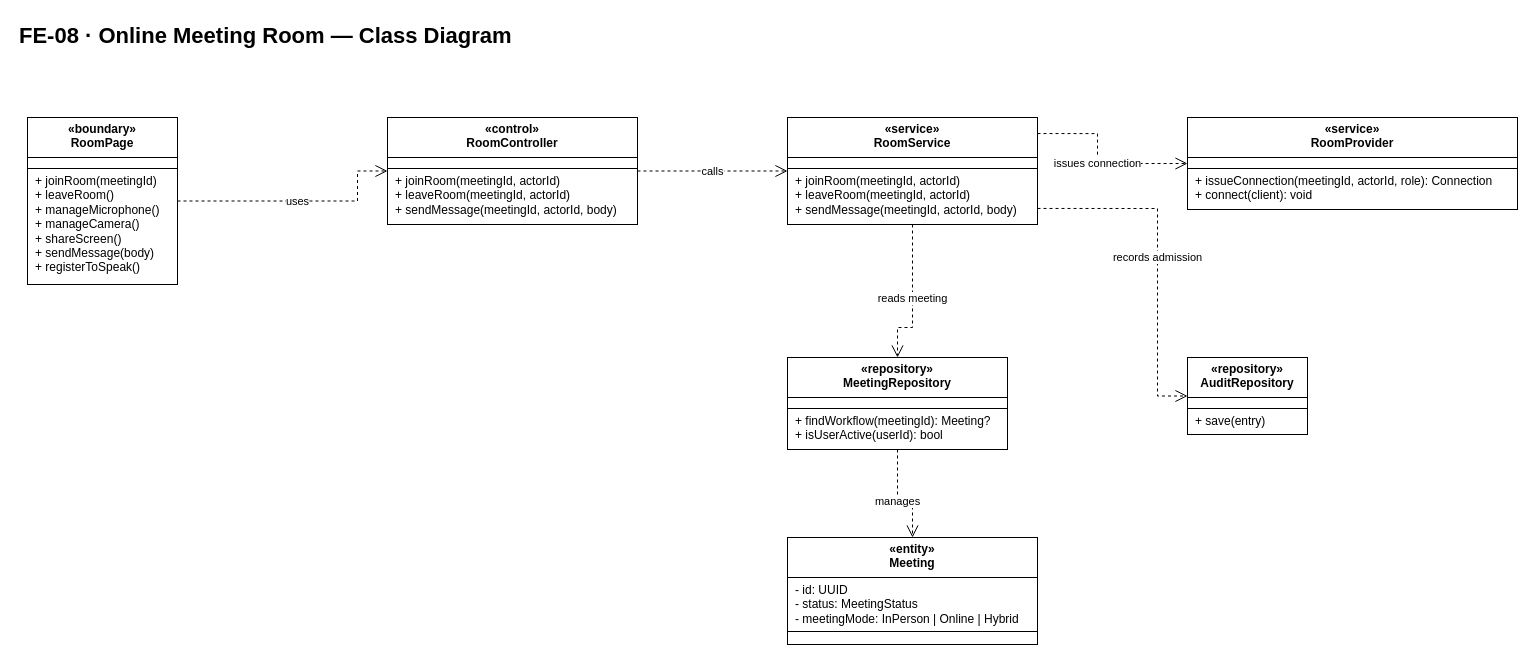
Before: docs/07-classdiagram/feature-08-online-meeting-room-class-diagram.drawio in callmehai/FU-FA26-G116, a draw.io diagram. Source tidied: cells renumbered, new cells numbered last; positions are measured from the earlier drawing's top-left corner, leaving out a move shared by most shapes. Both pictures are drawn from the tidied source at 100%, with x=0, y=0 at pixel (17, 17).
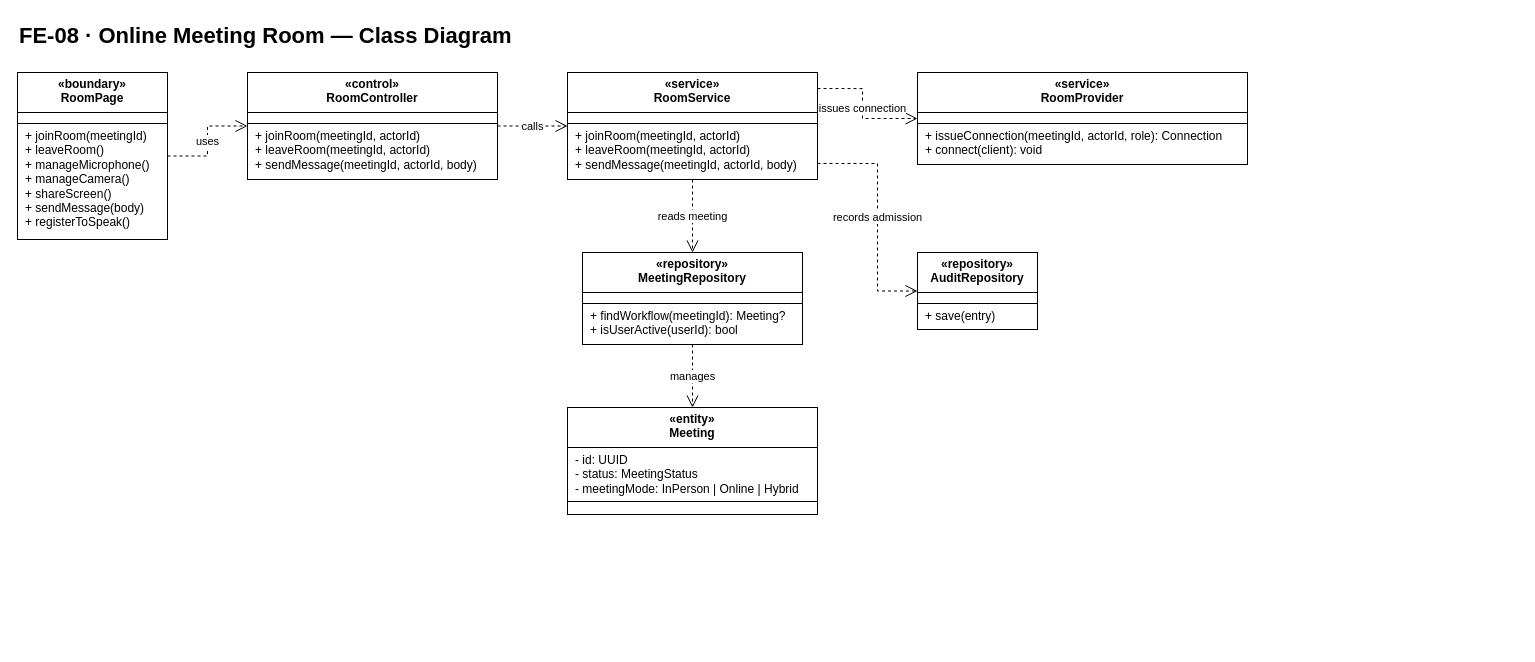
The same diagram, later.

What changed in the source:
```diff
@@
     <mxCell id="3" value="&lt;div style=&quot;text-align:center;font-weight:bold;padding:5px 4px 4px 4px;height:31px;&quot;&gt;«boundary»&lt;br&gt;RoomPage&lt;/div&gt;&lt;hr style=&quot;margin:0;border:none;border-top:1px solid #000000;height:0;&quot;&gt;&lt;div style=&quot;text-align:left;padding:5px 8px 5px 8px;white-space:nowrap;&quot;&gt;&lt;/div&gt;&lt;hr style=&quot;margin:0;border:none;border-top:1px solid #000000;height:0;&quot;&gt;&lt;div style=&quot;text-align:left;padding:5px 8px 5px 8px;white-space:nowrap;&quot;&gt;+ joinRoom(meetingId)&lt;br&gt;+ leaveRoom()&lt;br&gt;+ manageMicrophone()&lt;br&gt;+ manageCamera()&lt;br&gt;+ shareScreen()&lt;br&gt;+ sendMessage(body)&lt;br&gt;+ registerToSpeak()&lt;/div&gt;" style="rounded=0;whiteSpace=wrap;html=1;align=left;verticalAlign=top;spacing=0;overflow=fill;fillColor=#ffffff;strokeColor=#000000;fontSize=12;fontFamily=Helvetica;fontColor=#000000;" parent="1" vertex="1">
-      <mxGeometry x="10" y="100" width="150" height="167" as="geometry" />
+      <mxGeometry y="55" width="150" height="167" as="geometry" />
     </mxCell>
     <mxCell id="4" value="&lt;div style=&quot;text-align:center;font-weight:bold;padding:5px 4px 4px 4px;height:31px;&quot;&gt;«control»&lt;br&gt;RoomController&lt;/div&gt;&lt;hr style=&quot;margin:0;border:none;border-top:1px solid #000000;height:0;&quot;&gt;&lt;div style=&quot;text-align:left;padding:5px 8px 5px 8px;white-space:nowrap;&quot;&gt;&lt;/div&gt;&lt;hr style=&quot;margin:0;border:none;border-top:1px solid #000000;height:0;&quot;&gt;&lt;div style=&quot;text-align:left;padding:5px 8px 5px 8px;white-space:nowrap;&quot;&gt;+ joinRoom(meetingId, actorId)&lt;br&gt;+ leaveRoom(meetingId, actorId)&lt;br&gt;+ sendMessage(meetingId, actorId, body)&lt;/div&gt;" style="rounded=0;whiteSpace=wrap;html=1;align=left;verticalAlign=top;spacing=0;overflow=fill;fillColor=#ffffff;strokeColor=#000000;fontSize=12;fontFamily=Helvetica;fontColor=#000000;" parent="1" vertex="1">
-      <mxGeometry x="370" y="100" width="250" height="107" as="geometry" />
+      <mxGeometry x="230" y="55" width="250" height="107" as="geometry" />
     </mxCell>
     <mxCell id="5" value="&lt;div style=&quot;text-align:center;font-weight:bold;padding:5px 4px 4px 4px;height:31px;&quot;&gt;«service»&lt;br&gt;RoomService&lt;/div&gt;&lt;hr style=&quot;margin:0;border:none;border-top:1px solid #000000;height:0;&quot;&gt;&lt;div style=&quot;text-align:left;padding:5px 8px 5px 8px;white-space:nowrap;&quot;&gt;&lt;/div&gt;&lt;hr style=&quot;margin:0;border:none;border-top:1px solid #000000;height:0;&quot;&gt;&lt;div style=&quot;text-align:left;padding:5px 8px 5px 8px;white-space:nowrap;&quot;&gt;+ joinRoom(meetingId, actorId)&lt;br&gt;+ leaveRoom(meetingId, actorId)&lt;br&gt;+ sendMessage(meetingId, actorId, body)&lt;/div&gt;" style="rounded=0;whiteSpace=wrap;html=1;align=left;verticalAlign=top;spacing=0;overflow=fill;fillColor=#ffffff;strokeColor=#000000;fontSize=12;fontFamily=Helvetica;fontColor=#000000;" parent="1" vertex="1">
-      <mxGeometry x="770" y="100" width="250" height="107" as="geometry" />
+      <mxGeometry x="550" y="55" width="250" height="107" as="geometry" />
     </mxCell>
     <mxCell id="6" value="&lt;div style=&quot;text-align:center;font-weight:bold;padding:5px 4px 4px 4px;height:31px;&quot;&gt;«service»&lt;br&gt;RoomProvider&lt;/div&gt;&lt;hr style=&quot;margin:0;border:none;border-top:1px solid #000000;height:0;&quot;&gt;&lt;div style=&quot;text-align:left;padding:5px 8px 5px 8px;white-space:nowrap;&quot;&gt;&lt;/div&gt;&lt;hr style=&quot;margin:0;border:none;border-top:1px solid #000000;height:0;&quot;&gt;&lt;div style=&quot;text-align:left;padding:5px 8px 5px 8px;white-space:nowrap;&quot;&gt;+ issueConnection(meetingId, actorId, role): Connection&lt;br&gt;+ connect(client): void&lt;/div&gt;" style="rounded=0;whiteSpace=wrap;html=1;align=left;verticalAlign=top;spacing=0;overflow=fill;fillColor=#ffffff;strokeColor=#000000;fontSize=12;fontFamily=Helvetica;fontColor=#000000;" parent="1" vertex="1">
-      <mxGeometry x="1170" y="100" width="330" height="92" as="geometry" />
+      <mxGeometry x="900" y="55" width="330" height="92" as="geometry" />
     </mxCell>
     <mxCell id="7" value="&lt;div style=&quot;text-align:center;font-weight:bold;padding:5px 4px 4px 4px;height:31px;&quot;&gt;«repository»&lt;br&gt;MeetingRepository&lt;/div&gt;&lt;hr style=&quot;margin:0;border:none;border-top:1px solid #000000;height:0;&quot;&gt;&lt;div style=&quot;text-align:left;padding:5px 8px 5px 8px;white-space:nowrap;&quot;&gt;&lt;/div&gt;&lt;hr style=&quot;margin:0;border:none;border-top:1px solid #000000;height:0;&quot;&gt;&lt;div style=&quot;text-align:left;padding:5px 8px 5px 8px;white-space:nowrap;&quot;&gt;+ findWorkflow(meetingId): Meeting?&lt;br&gt;+ isUserActive(userId): bool&lt;/div&gt;" style="rounded=0;whiteSpace=wrap;html=1;align=left;verticalAlign=top;spacing=0;overflow=fill;fillColor=#ffffff;strokeColor=#000000;fontSize=12;fontFamily=Helvetica;fontColor=#000000;" parent="1" vertex="1">
-      <mxGeometry x="770" y="340" width="220" height="92" as="geometry" />
+      <mxGeometry x="565" y="235" width="220" height="92" as="geometry" />
     </mxCell>
     <mxCell id="8" value="&lt;div style=&quot;text-align:center;font-weight:bold;padding:5px 4px 4px 4px;height:31px;&quot;&gt;«repository»&lt;br&gt;AuditRepository&lt;/div&gt;&lt;hr style=&quot;margin:0;border:none;border-top:1px solid #000000;height:0;&quot;&gt;&lt;div style=&quot;text-align:left;padding:5px 8px 5px 8px;white-space:nowrap;&quot;&gt;&lt;/div&gt;&lt;hr style=&quot;margin:0;border:none;border-top:1px solid #000000;height:0;&quot;&gt;&lt;div style=&quot;text-align:left;padding:5px 8px 5px 8px;white-space:nowrap;&quot;&gt;+ save(entry)&lt;/div&gt;" style="rounded=0;whiteSpace=wrap;html=1;align=left;verticalAlign=top;spacing=0;overflow=fill;fillColor=#ffffff;strokeColor=#000000;fontSize=12;fontFamily=Helvetica;fontColor=#000000;" parent="1" vertex="1">
-      <mxGeometry x="1170" y="340" width="120" height="77" as="geometry" />
+      <mxGeometry x="900" y="235" width="120" height="77" as="geometry" />
     </mxCell>
     <mxCell id="9" value="&lt;div style=&quot;text-align:center;font-weight:bold;padding:5px 4px 4px 4px;height:31px;&quot;&gt;«entity»&lt;br&gt;Meeting&lt;/div&gt;&lt;hr style=&quot;margin:0;border:none;border-top:1px solid #000000;height:0;&quot;&gt;&lt;div style=&quot;text-align:left;padding:5px 8px 5px 8px;white-space:nowrap;&quot;&gt;- id: UUID&lt;br&gt;- status: MeetingStatus&lt;br&gt;- meetingMode: InPerson | Online | Hybrid&lt;/div&gt;&lt;hr style=&quot;margin:0;border:none;border-top:1px solid #000000;height:0;&quot;&gt;&lt;div style=&quot;text-align:left;padding:5px 8px 5px 8px;white-space:nowrap;&quot;&gt;&lt;/div&gt;" style="rounded=0;whiteSpace=wrap;html=1;align=left;verticalAlign=top;spacing=0;overflow=fill;fillColor=#ffffff;strokeColor=#000000;fontSize=12;fontFamily=Helvetica;fontColor=#000000;" parent="1" vertex="1">
-      <mxGeometry x="770" y="520" width="250" height="107" as="geometry" />
+      <mxGeometry x="550" y="390" width="250" height="107" as="geometry" />
     </mxCell>
-    <mxCell id="10" value="uses" style="edgeStyle=orthogonalEdgeStyle;jettySize=auto;html=1;dashed=1;endArrow=open;labelBackgroundColor=#ffffff;rounded=0;endSize=10;fontSize=11;fontFamily=Helvetica;exitX=1;exitY=0.5;exitDx=0;exitDy=0;entryX=0;entryY=0.5;entryDx=0;entryDy=0;" parent="1" edge="1" source="3" target="4">
+    <mxCell id="10" value="uses" style="edgeStyle=orthogonalEdgeStyle;jettySize=auto;html=1;dashed=1;endArrow=open;labelBackgroundColor=#ffffff;rounded=0;endSize=10;fontSize=11;fontFamily=Helvetica;exitDx=0;exitDy=0;entryDx=0;entryDy=0;exitX=1;exitY=0.5;entryX=0;entryY=0.5;" parent="1" edge="1" source="3" target="4">
       <mxGeometry relative="1" as="geometry">
         <Array as="points">
-          <mxPoint x="340" y="183.5" />
-          <mxPoint x="340" y="153.5" />
+          <mxPoint x="190" y="138.5" />
+          <mxPoint x="190" y="108.5" />
         </Array>
       </mxGeometry>
     </mxCell>
-    <mxCell id="11" value="calls" style="edgeStyle=orthogonalEdgeStyle;jettySize=auto;html=1;dashed=1;endArrow=open;labelBackgroundColor=#ffffff;rounded=0;endSize=10;fontSize=11;fontFamily=Helvetica;exitX=1;exitY=0.5;exitDx=0;exitDy=0;entryX=0;entryY=0.5;entryDx=0;entryDy=0;" parent="1" edge="1" source="4" target="5">
+    <mxCell id="11" value="calls" style="edgeStyle=orthogonalEdgeStyle;jettySize=auto;html=1;dashed=1;endArrow=open;labelBackgroundColor=#ffffff;rounded=0;endSize=10;fontSize=11;fontFamily=Helvetica;exitDx=0;exitDy=0;entryDx=0;entryDy=0;exitX=1;exitY=0.5;entryX=0;entryY=0.5;" parent="1" edge="1" source="4" target="5">
       <mxGeometry relative="1" as="geometry" />
     </mxCell>
-    <mxCell id="12" value="reads meeting" style="edgeStyle=orthogonalEdgeStyle;jettySize=auto;html=1;dashed=1;endArrow=open;labelBackgroundColor=#ffffff;rounded=0;endSize=10;fontSize=11;fontFamily=Helvetica;exitX=0.5;exitY=1;exitDx=0;exitDy=0;entryX=0.5;entryY=0;entryDx=0;entryDy=0;" parent="1" edge="1" source="5" target="7">
-      <mxGeometry relative="1" as="geometry">
-        <Array as="points">
-          <mxPoint x="895" y="310" />
-          <mxPoint x="880" y="310" />
-        </Array>
-      </mxGeometry>
+    <mxCell id="12" value="reads meeting" style="edgeStyle=orthogonalEdgeStyle;jettySize=auto;html=1;dashed=1;endArrow=open;labelBackgroundColor=#ffffff;rounded=0;endSize=10;fontSize=11;fontFamily=Helvetica;exitDx=0;exitDy=0;entryDx=0;entryDy=0;exitX=0.5;exitY=1;entryX=0.5;entryY=0;" parent="1" edge="1" source="5" target="7">
+      <mxGeometry relative="1" as="geometry" />
     </mxCell>
-    <mxCell id="13" value="records admission" style="edgeStyle=orthogonalEdgeStyle;jettySize=auto;html=1;dashed=1;endArrow=open;labelBackgroundColor=#ffffff;rounded=0;endSize=10;fontSize=11;fontFamily=Helvetica;exitX=1;exitY=0.85;exitDx=0;exitDy=0;entryX=0;entryY=0.5;entryDx=0;entryDy=0;" parent="1" edge="1" source="5" target="8">
+    <mxCell id="13" value="records admission" style="edgeStyle=orthogonalEdgeStyle;jettySize=auto;html=1;dashed=1;endArrow=open;labelBackgroundColor=#ffffff;rounded=0;endSize=10;fontSize=11;fontFamily=Helvetica;exitDx=0;exitDy=0;entryDx=0;entryDy=0;exitX=1;exitY=0.85;entryX=0;entryY=0.5;" parent="1" edge="1" source="5" target="8">
       <mxGeometry relative="1" as="geometry">
         <Array as="points">
-          <mxPoint x="1140" y="190.9" />
-          <mxPoint x="1140" y="378.5" />
+          <mxPoint x="860" y="146" />
+          <mxPoint x="860" y="273.5" />
         </Array>
       </mxGeometry>
     </mxCell>
-    <mxCell id="14" value="issues connection" style="edgeStyle=orthogonalEdgeStyle;jettySize=auto;html=1;dashed=1;endArrow=open;labelBackgroundColor=#ffffff;rounded=0;endSize=10;fontSize=11;fontFamily=Helvetica;exitX=1;exitY=0.15;exitDx=0;exitDy=0;entryX=0;entryY=0.5;entryDx=0;entryDy=0;" parent="1" edge="1" source="5" target="6">
+    <mxCell id="14" value="issues connection" style="edgeStyle=orthogonalEdgeStyle;jettySize=auto;html=1;dashed=1;endArrow=open;labelBackgroundColor=#ffffff;rounded=0;endSize=10;fontSize=11;fontFamily=Helvetica;exitDx=0;exitDy=0;entryDx=0;entryDy=0;exitX=1;exitY=0.15;entryX=0;entryY=0.5;" parent="1" edge="1" source="5" target="6">
       <mxGeometry relative="1" as="geometry">
         <Array as="points">
-          <mxPoint x="1080" y="116.1" />
-          <mxPoint x="1080" y="146" />
+          <mxPoint x="845" y="71" />
+          <mxPoint x="845" y="101" />
         </Array>
       </mxGeometry>
     </mxCell>
-    <mxCell id="15" value="manages" style="edgeStyle=orthogonalEdgeStyle;jettySize=auto;html=1;dashed=1;endArrow=open;labelBackgroundColor=#ffffff;rounded=0;endSize=10;fontSize=11;fontFamily=Helvetica;exitX=0.5;exitY=1;exitDx=0;exitDy=0;entryX=0.5;entryY=0;entryDx=0;entryDy=0;" parent="1" edge="1" source="7" target="9">
-      <mxGeometry relative="1" as="geometry">
-        <Array as="points">
-          <mxPoint x="880" y="490" />
-          <mxPoint x="895" y="490" />
-        </Array>
-      </mxGeometry>
+    <mxCell id="15" value="manages" style="edgeStyle=orthogonalEdgeStyle;jettySize=auto;html=1;dashed=1;endArrow=open;labelBackgroundColor=#ffffff;rounded=0;endSize=10;fontSize=11;fontFamily=Helvetica;exitDx=0;exitDy=0;entryDx=0;entryDy=0;exitX=0.5;exitY=1;entryX=0.5;entryY=0;" parent="1" edge="1" source="7" target="9">
+      <mxGeometry relative="1" as="geometry" />
     </mxCell>
```
